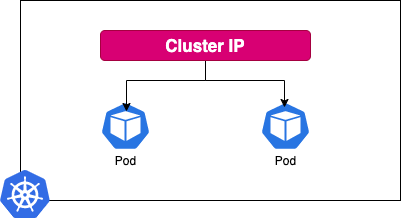
Above: k8s_nw.png in lirlia/framinal (draw.io), before the change. Source tidied: cells renumbered, new cells last; positions are measured from the earlier drawing's top-left corner, leaving out a move shared by most shapes.
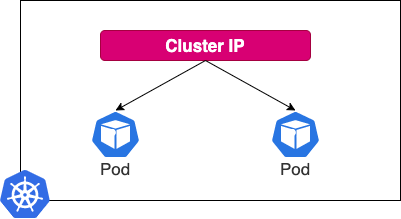
The same file after the commit.

Diff of the diagram source:
```diff
@@ -8,20 +8,26 @@
     <mxCell id="3" style="html=1;align=center;image;fontSize=12;image=img/lib/mscae/Kubernetes.svg;" parent="1" vertex="1">
       <mxGeometry y="170" width="50" height="48" as="geometry" />
     </mxCell>
-    <mxCell id="4" value="&lt;br&gt;&lt;br&gt;&lt;br&gt;Pod" style="html=1;dashed=0;whitespace=wrap;fillColor=#2875E2;strokeColor=#ffffff;points=[[0.005,0.63,0],[0.1,0.2,0],[0.9,0.2,0],[0.5,0,0],[0.995,0.63,0],[0.72,0.99,0],[0.5,1,0],[0.28,0.99,0]];shape=mxgraph.kubernetes.icon;prIcon=pod;verticalAlign=bottom;" parent="1" vertex="1">
-      <mxGeometry x="100" y="81" width="50" height="89" as="geometry" />
-    </mxCell>
-    <mxCell id="5" value="&lt;br&gt;&lt;br&gt;&lt;br&gt;Pod" style="html=1;dashed=0;whitespace=wrap;fillColor=#2875E2;strokeColor=#ffffff;points=[[0.005,0.63,0],[0.1,0.2,0],[0.9,0.2,0],[0.5,0,0],[0.995,0.63,0],[0.72,0.99,0],[0.5,1,0],[0.28,0.99,0]];shape=mxgraph.kubernetes.icon;prIcon=pod;verticalAlign=bottom;" parent="1" vertex="1">
-      <mxGeometry x="260" y="81" width="50" height="89" as="geometry" />
-    </mxCell>
-    <mxCell id="6" style="edgeStyle=orthogonalEdgeStyle;rounded=0;jettySize=auto;html=1;entryX=0.52;entryY=0.337;entryDx=0;entryDy=0;entryPerimeter=0;fontSize=17;fontColor=#FFFFFF;" parent="1" edge="1" source="8" target="4">
-      <mxGeometry relative="1" as="geometry" />
-    </mxCell>
-    <mxCell id="7" style="edgeStyle=orthogonalEdgeStyle;rounded=0;jettySize=auto;html=1;entryX=0.48;entryY=0.292;entryDx=0;entryDy=0;entryPerimeter=0;fontSize=17;fontColor=#FFFFFF;" parent="1" edge="1" source="8" target="5">
-      <mxGeometry relative="1" as="geometry" />
-    </mxCell>
     <mxCell id="8" value="Cluster IP" style="rounded=1;whiteSpace=wrap;html=1;fontStyle=1;fontSize=17;labelBackgroundColor=none;fillColor=#d80073;strokeColor=#A50040;fontColor=#ffffff;" parent="1" vertex="1">
       <mxGeometry x="100" y="30" width="210" height="30" as="geometry" />
     </mxCell>
+    <mxCell id="9" value="Po" style="html=1;dashed=0;whitespace=wrap;fillColor=#2875E2;strokeColor=#ffffff;points=[[0.005,0.63,0],[0.1,0.2,0],[0.9,0.2,0],[0.5,0,0],[0.995,0.63,0],[0.72,0.99,0],[0.5,1,0],[0.28,0.99,0]];shape=mxgraph.kubernetes.icon;prIcon=pod;labelBackgroundColor=none;fontSize=17;fontColor=#FFFFFF;" parent="1" vertex="1">
+      <mxGeometry x="90" y="110" width="50" height="48" as="geometry" />
+    </mxCell>
+    <mxCell id="10" value="Po" style="html=1;dashed=0;whitespace=wrap;fillColor=#2875E2;strokeColor=#ffffff;points=[[0.005,0.63,0],[0.1,0.2,0],[0.9,0.2,0],[0.5,0,0],[0.995,0.63,0],[0.72,0.99,0],[0.5,1,0],[0.28,0.99,0]];shape=mxgraph.kubernetes.icon;prIcon=pod;labelBackgroundColor=none;fontSize=17;fontColor=#FFFFFF;" parent="1" vertex="1">
+      <mxGeometry x="270" y="110" width="50" height="48" as="geometry" />
+    </mxCell>
+    <mxCell id="11" style="endArrow=classic;html=1;fontSize=17;fontColor=#FFFFFF;entryX=0.5;entryY=0;entryDx=0;entryDy=0;entryPerimeter=0;exitX=0.5;exitY=1;exitDx=0;exitDy=0;" parent="1" edge="1" source="8" target="9">
+      <mxGeometry relative="1" as="geometry" />
+    </mxCell>
+    <mxCell id="12" style="endArrow=classic;html=1;fontSize=17;fontColor=#FFFFFF;entryX=0.5;entryY=0;entryDx=0;entryDy=0;entryPerimeter=0;exitX=0.5;exitY=1;exitDx=0;exitDy=0;" parent="1" edge="1" source="8" target="10">
+      <mxGeometry relative="1" as="geometry" />
+    </mxCell>
+    <mxCell id="13" value="Pod" style="text;html=1;strokeColor=none;fillColor=none;align=center;verticalAlign=middle;whiteSpace=wrap;rounded=0;labelBackgroundColor=none;fontSize=17;fontColor=#333333;" parent="1" vertex="1">
+      <mxGeometry x="95" y="158" width="40" height="20" as="geometry" />
+    </mxCell>
+    <mxCell id="14" value="Pod" style="text;html=1;strokeColor=none;fillColor=none;align=center;verticalAlign=middle;whiteSpace=wrap;rounded=0;labelBackgroundColor=none;fontSize=17;fontColor=#333333;" parent="1" vertex="1">
+      <mxGeometry x="275" y="158" width="40" height="20" as="geometry" />
+    </mxCell>
   </root>
 </mxGraphModel>
```
